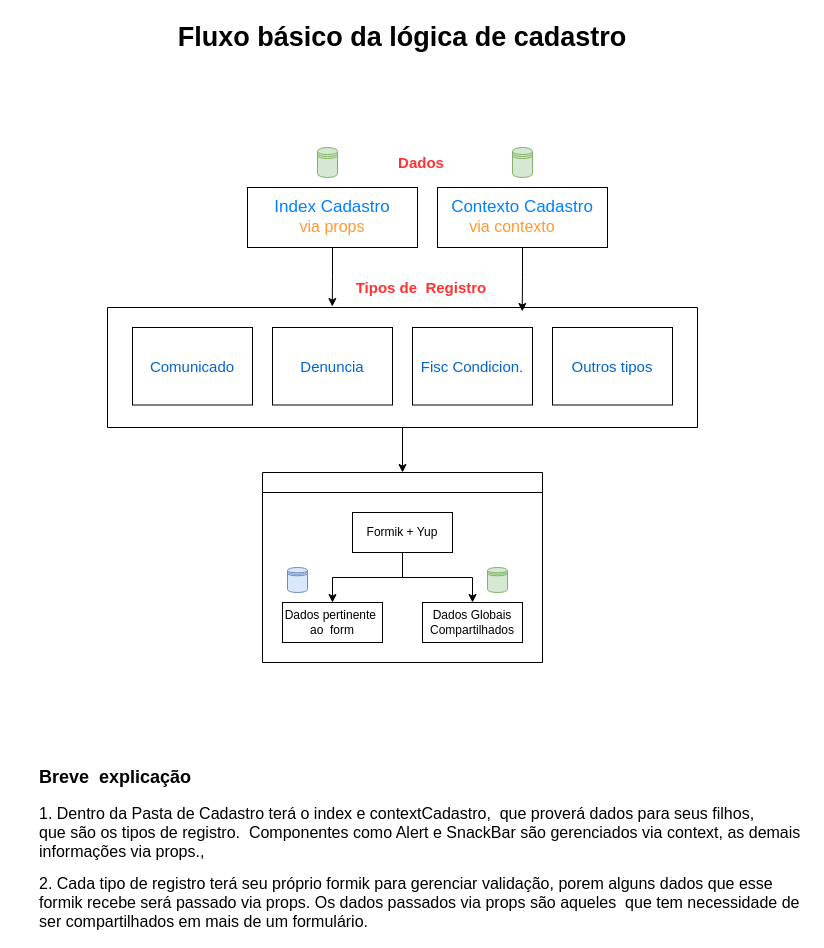
Above: page "Page-1" (1 of 2) of Untitled Diagram.drawio in Rafaela-Fernandes/calculo-esmalte (draw.io), before the change. Source tidied: cells renumbered, new cells numbered last; positions are measured from the earlier drawing's top-left corner, leaving out a move shared by most shapes. Both pictures are drawn from the tidied source at 100%, with x=0, y=0 at pixel (17, 17).
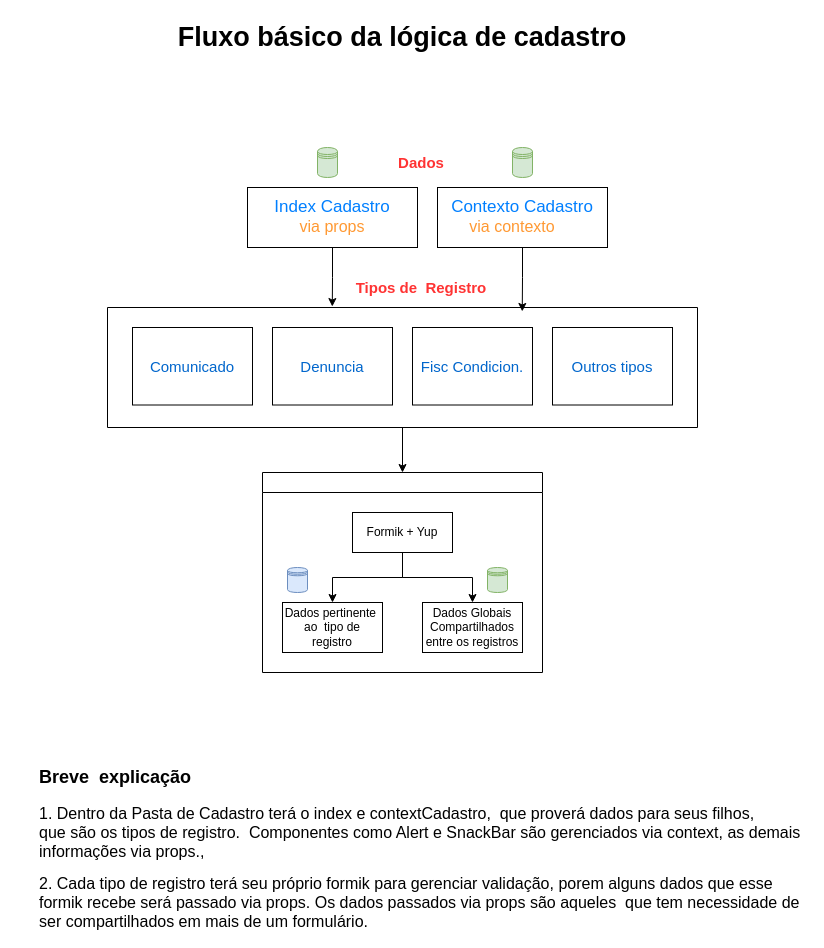
The same page after the edit.

The change refers to these unchanged cells:
```xml
<mxCell id="16" style="group;" parent="5" vertex="1">
  <mxGeometry y="160" width="689" height="355" as="geometry" />
</mxCell>
```

The edit, as a diff of the source:
```diff
@@
     <mxCell id="31" style="swimlane;html=1;startSize=20;horizontal=1;horizontalTree=0;containerType=tree;fontSize=15;fontColor=#007FFF;" parent="16" vertex="1">
-      <mxGeometry x="155" y="165" width="280" height="190" as="geometry" />
+      <mxGeometry x="155" y="165" width="280" height="200" as="geometry" />
     </mxCell>
@@
-    <mxCell id="33" value="Dados pertinente&amp;nbsp;&lt;br&gt;ao&amp;nbsp; form" style="whiteSpace=wrap;html=1;" parent="31" vertex="1">
-      <mxGeometry x="20" y="130" width="100" height="40" as="geometry" />
+    <mxCell id="33" value="Dados pertinente&amp;nbsp;&lt;br&gt;ao&amp;nbsp; tipo de registro" style="whiteSpace=wrap;html=1;" parent="31" vertex="1">
+      <mxGeometry x="20" y="130" width="100" height="50" as="geometry" />
     </mxCell>
@@
-    <mxCell id="35" value="Dados Globais&lt;br&gt;Compartilhados" style="whiteSpace=wrap;html=1;" parent="31" vertex="1">
-      <mxGeometry x="160" y="130" width="100" height="40" as="geometry" />
+    <mxCell id="35" value="Dados Globais&lt;br&gt;Compartilhados entre os registros" style="whiteSpace=wrap;html=1;" parent="31" vertex="1">
+      <mxGeometry x="160" y="130" width="100" height="50" as="geometry" />
     </mxCell>
```
